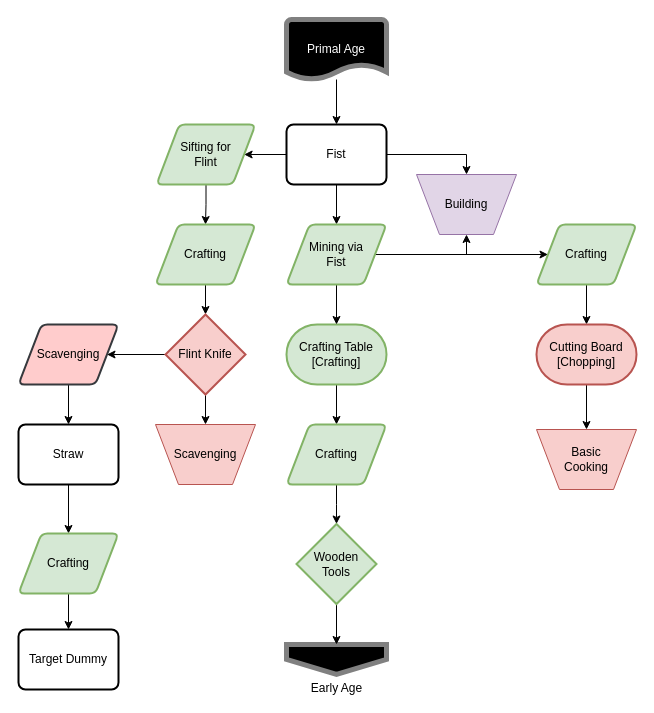
This is page "Primal Age" (3 of 7) of flowcharts/progression.drawio from MeepishRealms/Cog, a draw.io file, before an edit. Source tidied: cells renumbered, new cells numbered last; positions are measured from the earlier drawing's top-left corner, leaving out a move shared by most shapes. Both pictures are drawn from the tidied source at 100%, with x=0, y=0 at pixel (-476, 19).
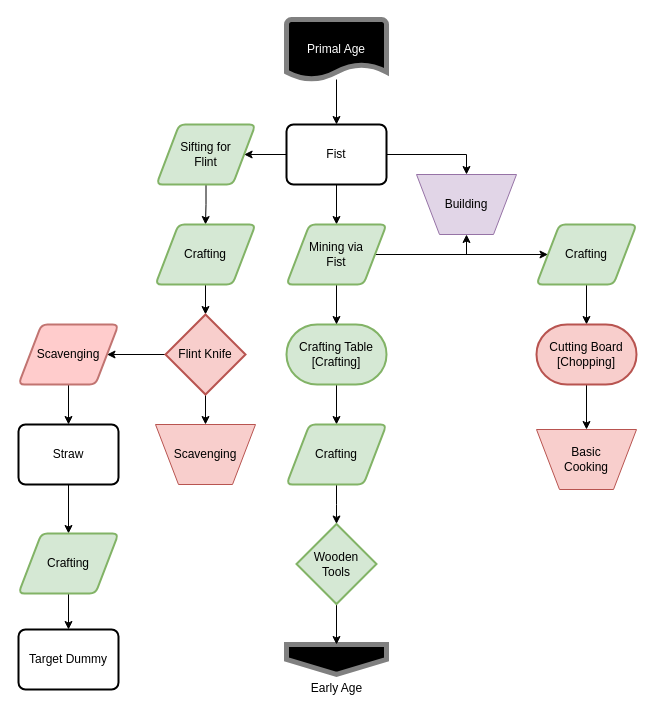
The same diagram, later.

Change to the diagram source:
```diff
@@
-    <mxCell id="36" value="Scavenging" style="shape=parallelogram;html=1;strokeWidth=2;perimeter=parallelogramPerimeter;whiteSpace=wrap;rounded=1;arcSize=12;size=0.23;fillColor=#ffcccc;strokeColor=#36393d;" parent="1" vertex="1">
+    <mxCell id="36" value="Scavenging" style="shape=parallelogram;html=1;strokeWidth=2;perimeter=parallelogramPerimeter;whiteSpace=wrap;rounded=1;arcSize=12;size=0.23;fillColor=#ffcccc;strokeColor=#c17471;labelBackgroundColor=none;" parent="1" vertex="1">
       <mxGeometry x="494" y="305" width="100" height="60" as="geometry" />
     </mxCell>
```
